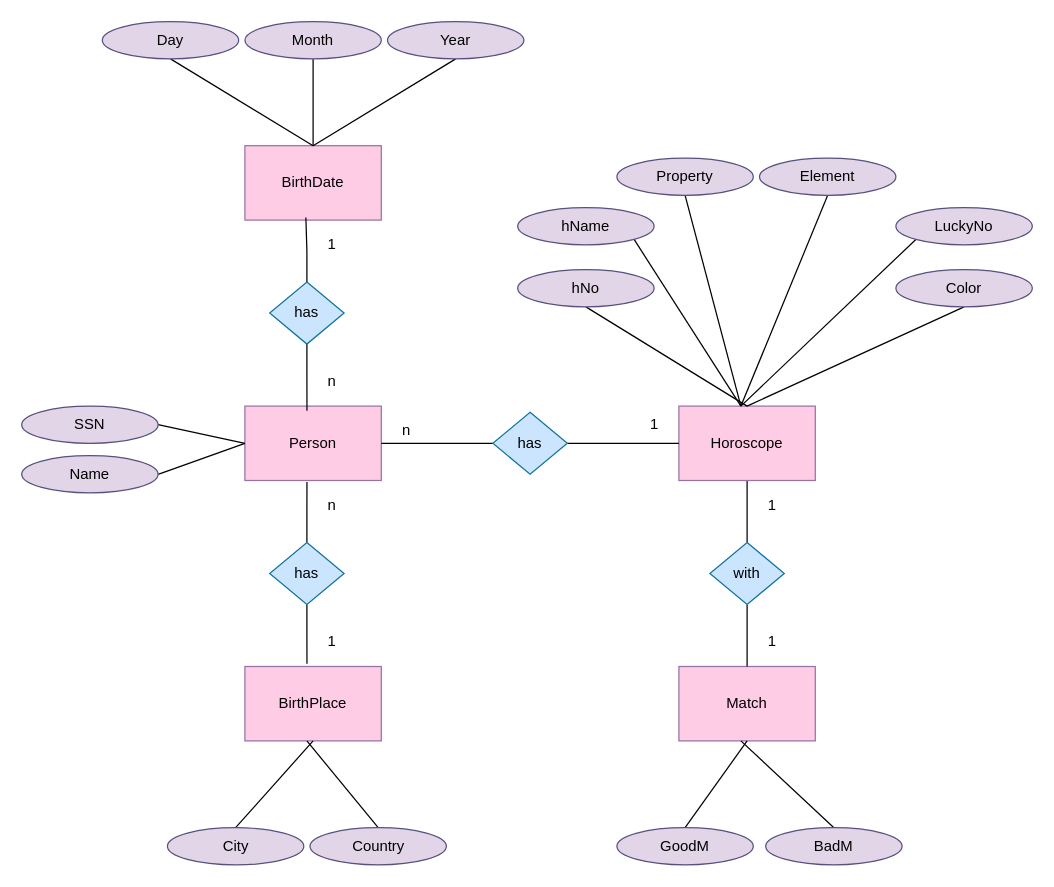
This is BinarySearchTree/Untitled Diagram2.drawio from FeyzaKizil/BinarySearchTree, a draw.io file, before an edit. Source tidied: cells renumbered, new cells numbered last; positions are measured from the earlier drawing's top-left corner, leaving out a move shared by most shapes. Both pictures are drawn from the tidied source at 124%, with x=0, y=0 at pixel (21, 21).
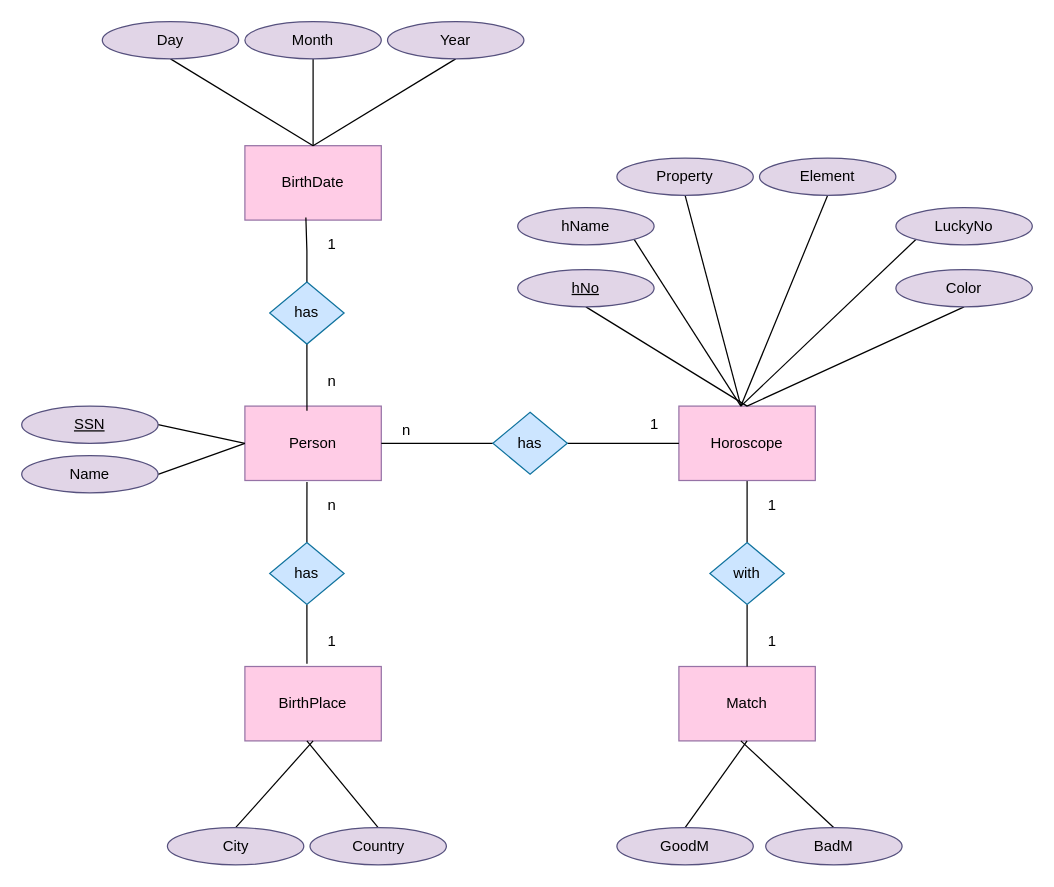
The same page after the edit.

Diff of the diagram source:
```diff
@@
-    <mxCell id="26" value="SSN" style="ellipse;whiteSpace=wrap;html=1;fillColor=#E1D5E7;strokeColor=#56517e;" parent="1" vertex="1">
+    <mxCell id="26" value="&lt;u&gt;SSN&lt;/u&gt;" style="ellipse;whiteSpace=wrap;html=1;fillColor=#E1D5E7;strokeColor=#56517e;" parent="1" vertex="1">
       <mxGeometry y="310" width="110" height="30" as="geometry" />
     </mxCell>
@@
-    <mxCell id="48" value="hNo" style="ellipse;whiteSpace=wrap;html=1;fillColor=#E1D5E7;strokeColor=#56517e;" parent="1" vertex="1">
+    <mxCell id="48" value="&lt;u&gt;hNo&lt;/u&gt;" style="ellipse;whiteSpace=wrap;html=1;fillColor=#E1D5E7;strokeColor=#56517e;" parent="1" vertex="1">
       <mxGeometry x="400" y="200" width="110" height="30" as="geometry" />
     </mxCell>
```
